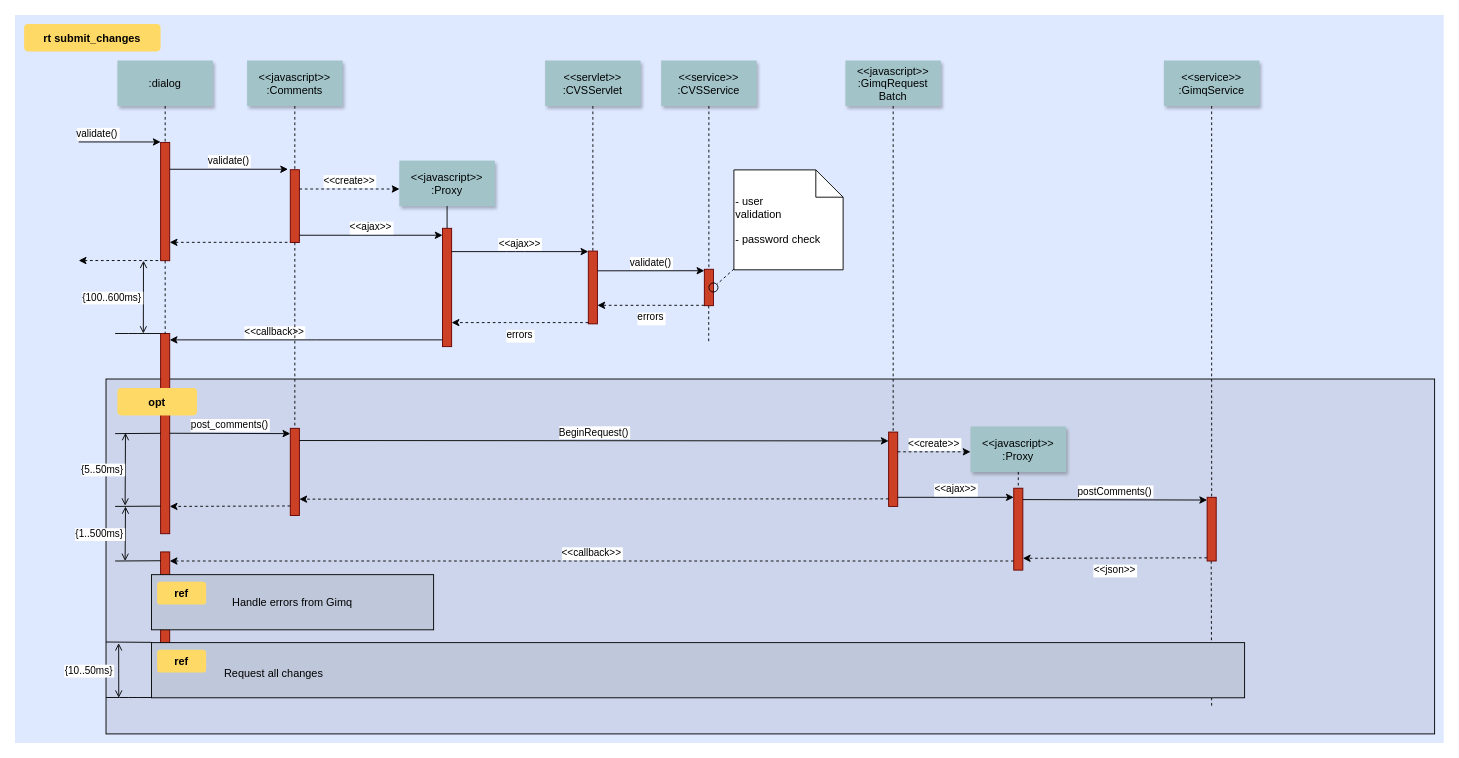
The draw.io diagram Untitled Diagram.drawio in prompt2k2/ESDP, before the edit. Source tidied: cells renumbered, new cells numbered last; positions are measured from the earlier drawing's top-left corner, leaving out a move shared by most shapes. Both pictures are drawn from the tidied source at 91%, with x=0, y=0 at pixel (15, 15).
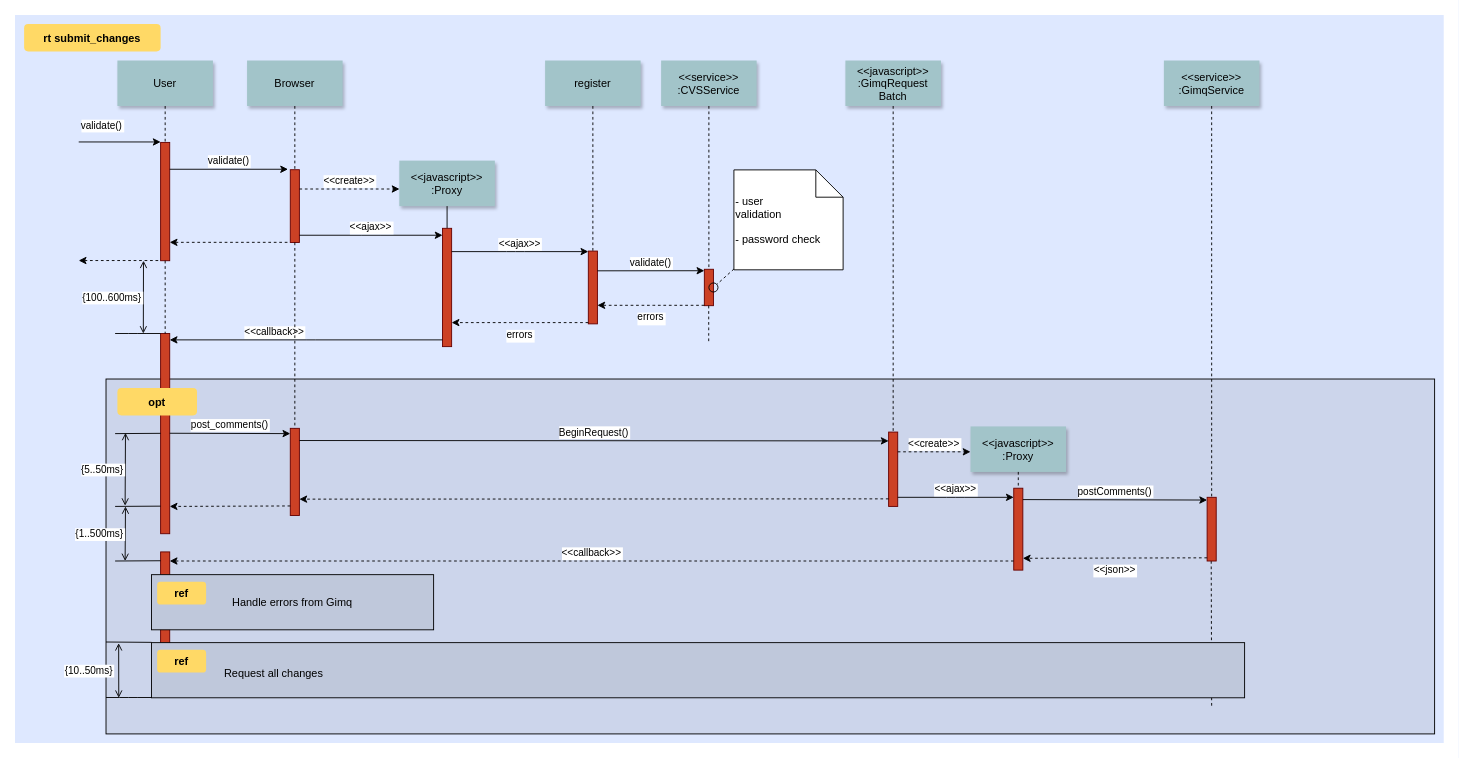
Above is the later version.

What changed in the source:
```diff
@@
     <mxCell id="6" value="validate()" style="edgeStyle=none;verticalLabelPosition=top;verticalAlign=bottom;labelPosition=left;align=right;" parent="1" edge="1">
-      <mxGeometry x="110" y="49.5" as="geometry">
+      <mxGeometry as="geometry">
         <mxPoint x="70" y="139.5" as="sourcePoint" />
         <mxPoint x="160" y="139.5" as="targetPoint" />
+        <mxPoint x="5" y="-9" as="offset" />
       </mxGeometry>
     </mxCell>
-    <mxCell id="7" value=":dialog" style="shadow=1;fillColor=#A2C4C9;strokeColor=none;" parent="1" vertex="1">
+    <mxCell id="7" value="User" style="shadow=1;fillColor=#A2C4C9;strokeColor=none;" parent="1" vertex="1">
       <mxGeometry x="112.5" y="50" width="105" height="50" as="geometry" />
     </mxCell>
@@
-    <mxCell id="9" value="&lt;&lt;javascript&gt;&gt;&#10;:Comments" style="shadow=1;fillColor=#A2C4C9;strokeColor=none;" parent="1" vertex="1">
+    <mxCell id="9" value="Browser" style="shadow=1;fillColor=#A2C4C9;strokeColor=none;" parent="1" vertex="1">
       <mxGeometry x="255" y="50" width="105" height="50" as="geometry" />
     </mxCell>
@@
-    <mxCell id="20" value="&lt;&lt;servlet&gt;&gt;&#10;:CVSServlet" style="shadow=1;fillColor=#A2C4C9;strokeColor=none;" parent="1" vertex="1">
+    <mxCell id="20" value="register" style="shadow=1;fillColor=#A2C4C9;strokeColor=none;" parent="1" vertex="1">
       <mxGeometry x="582.5" y="50" width="105" height="50" as="geometry" />
     </mxCell>
```
